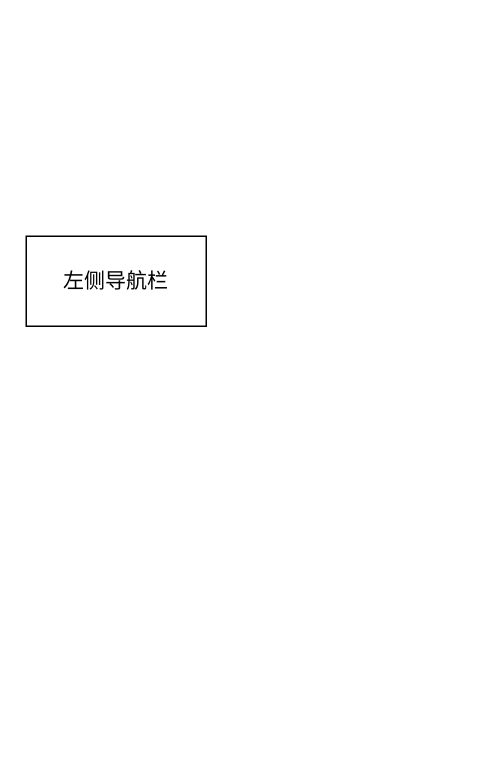
Earlier version of the draw.io diagram page "核心平台主要功能" (4 of 4) of mingluzhongxue.drawio (bzerozero7/test). Source tidied: cells renumbered, new cells numbered last; positions are measured from the earlier drawing's top-left corner, leaving out a move shared by most shapes. Both pictures are drawn from the tidied source at 150%, with x=0, y=0 at pixel (26, 236).
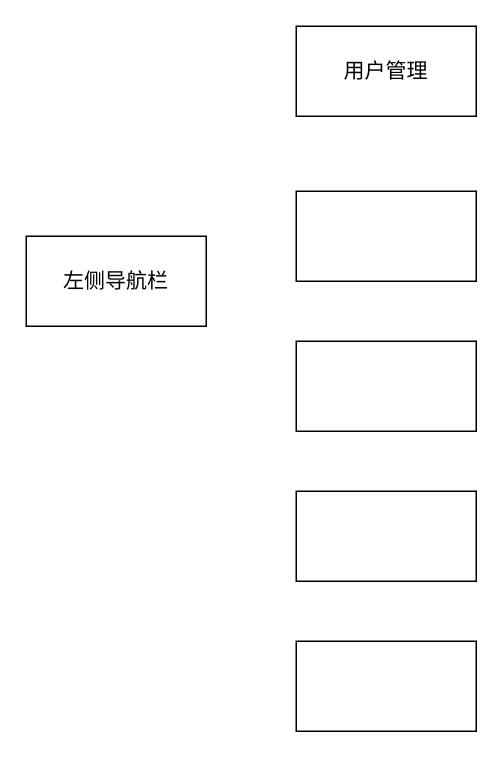
Above is the later version.

What changed in the source:
```diff
@@
 <mxGraphModel>
   <root>
     <mxCell id="0" />
     <mxCell id="1" parent="0" />
     <mxCell id="2" value="&lt;font style=&quot;font-size: 14px;&quot;&gt;左侧导航栏&lt;/font&gt;" style="rounded=0;whiteSpace=wrap;html=1;" parent="1" vertex="1">
       <mxGeometry width="120" height="60" as="geometry" />
     </mxCell>
+    <mxCell id="3" value="&lt;font style=&quot;font-size: 14px;&quot;&gt;用户管理&lt;/font&gt;" style="rounded=0;whiteSpace=wrap;html=1;" parent="1" vertex="1">
+      <mxGeometry x="180" y="-140" width="120" height="60" as="geometry" />
+    </mxCell>
+    <mxCell id="4" style="rounded=0;whiteSpace=wrap;html=1;" parent="1" vertex="1">
+      <mxGeometry x="180" y="-30" width="120" height="60" as="geometry" />
+    </mxCell>
+    <mxCell id="5" style="rounded=0;whiteSpace=wrap;html=1;" parent="1" vertex="1">
+      <mxGeometry x="180" y="70" width="120" height="60" as="geometry" />
+    </mxCell>
+    <mxCell id="6" style="rounded=0;whiteSpace=wrap;html=1;" parent="1" vertex="1">
+      <mxGeometry x="180" y="170" width="120" height="60" as="geometry" />
+    </mxCell>
+    <mxCell id="7" style="rounded=0;whiteSpace=wrap;html=1;" parent="1" vertex="1">
+      <mxGeometry x="180" y="270" width="120" height="60" as="geometry" />
+    </mxCell>
   </root>
 </mxGraphModel>
```
